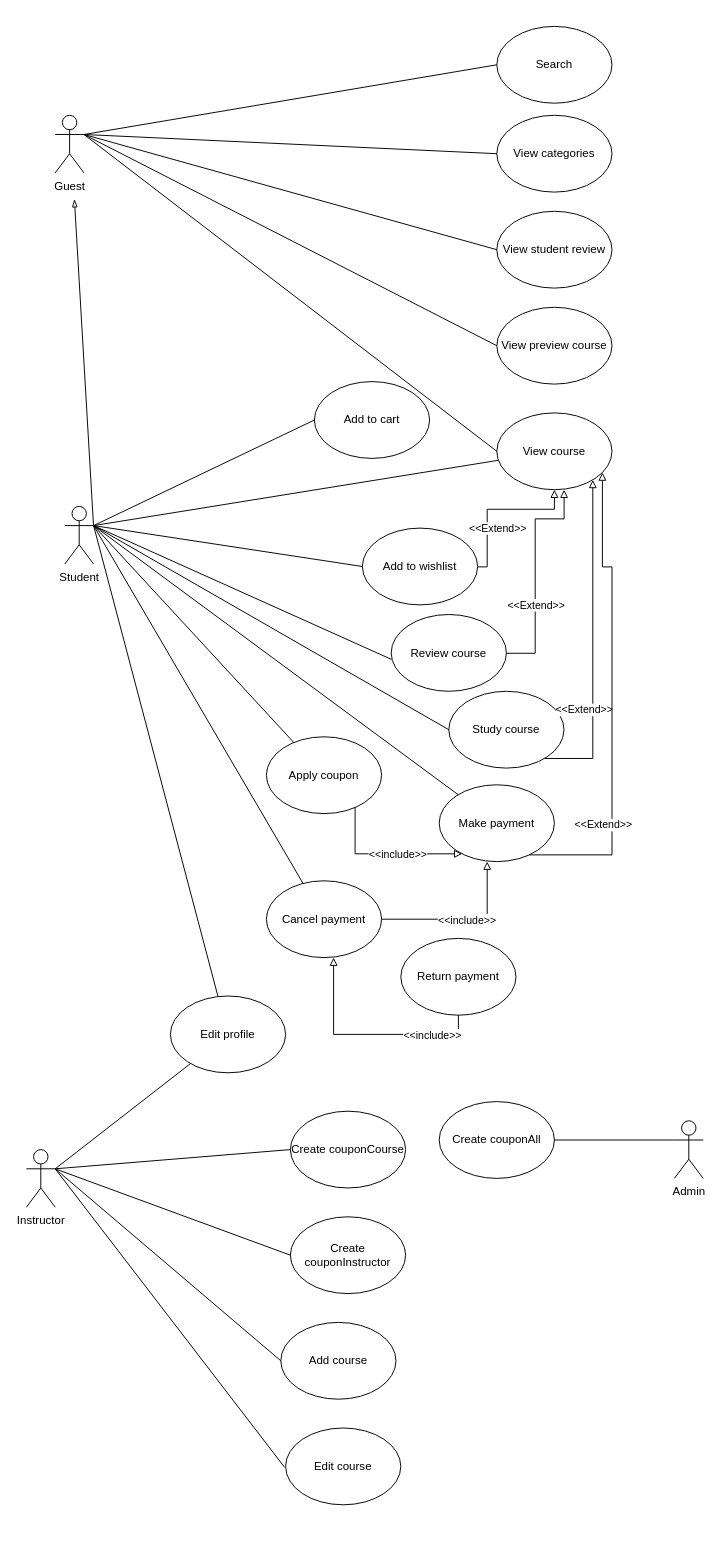
Before: Untitled Diagram.drawio in pratanporn13promax/OOP-Class-Sequence-UseCase-Diagram, a draw.io diagram. Source tidied: cells renumbered, new cells numbered last; positions are measured from the earlier drawing's top-left corner, leaving out a move shared by most shapes. Both pictures are drawn from the tidied source at 96%, with x=0, y=0 at pixel (26, 26).
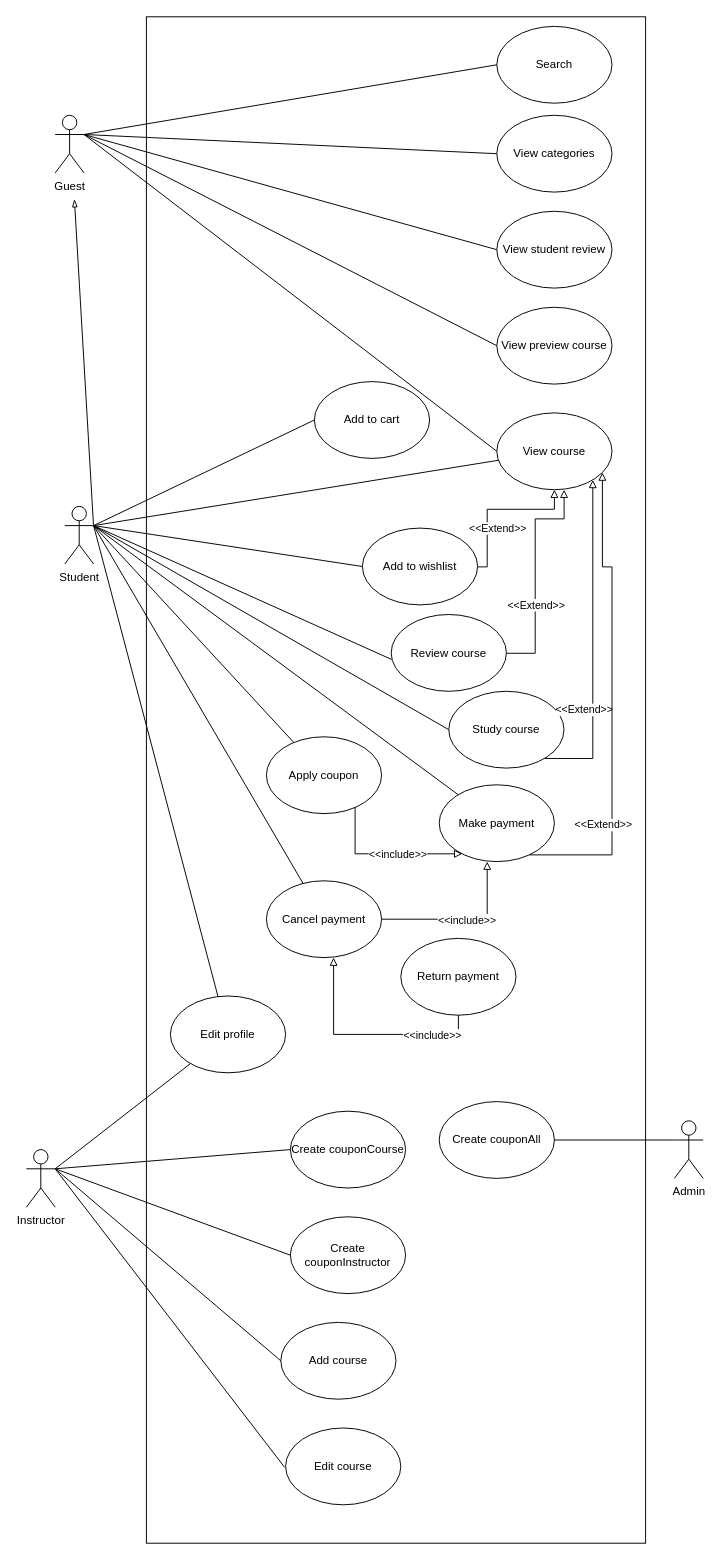
After the change.

What changed in the source:
```diff
@@
+    <mxCell id="60" style="rounded=0;whiteSpace=wrap;html=1;fillColor=none;" parent="1" vertex="1">
+      <mxGeometry x="125" y="-10" width="520" height="1590" as="geometry" />
+    </mxCell>
```
